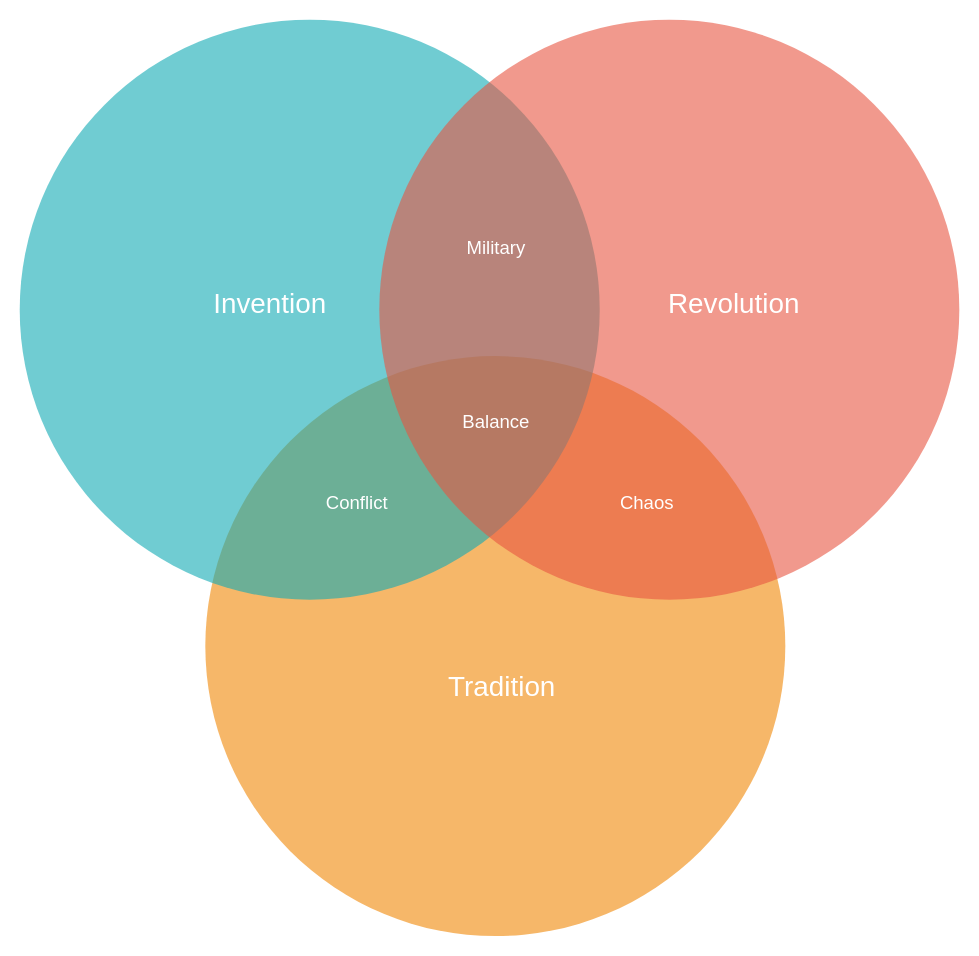
karlchan-cn/drawio-repository keeps this draw.io diagram as universal-engine/configration-entity.drawio. Above is the earlier version. Source tidied: cells renumbered, new cells numbered last; positions are measured from the earlier drawing's top-left corner, leaving out a move shared by most shapes. Both pictures are drawn from the tidied source at 116%, with x=0, y=0 at pixel (20, 19).
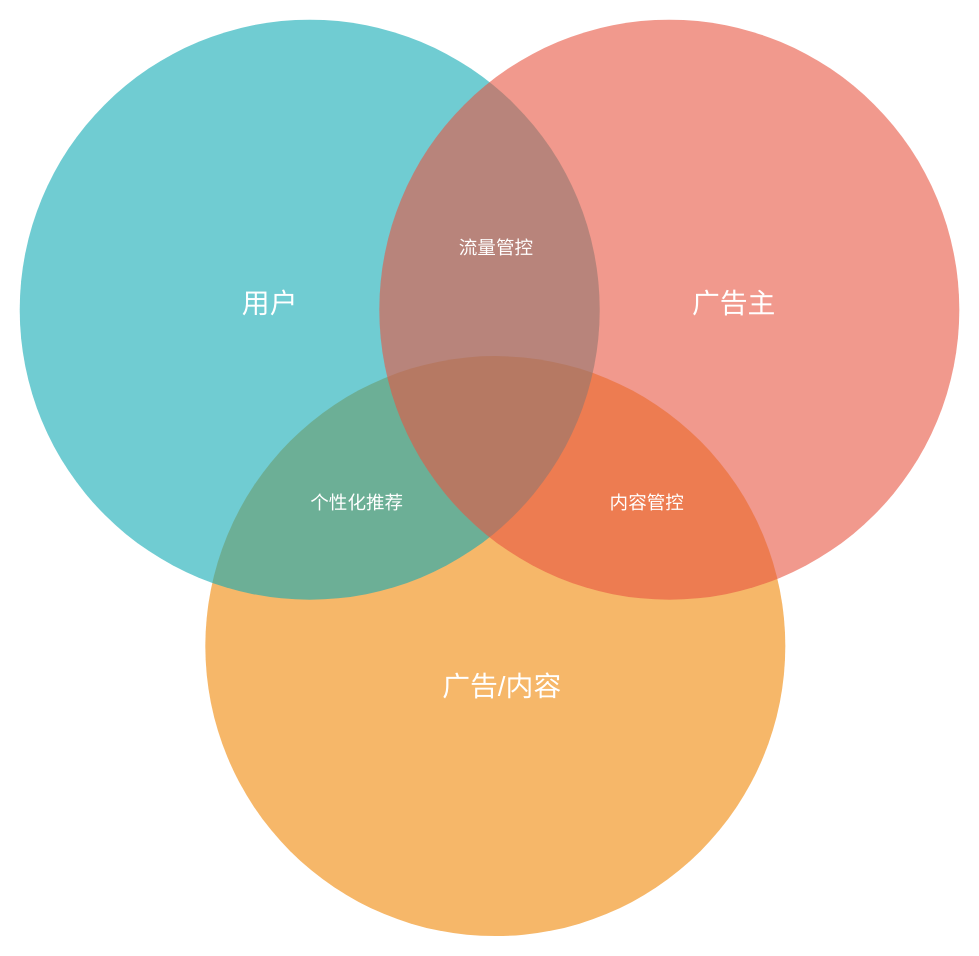
After the change.

What changed in the source:
```diff
@@
 <mxGraphModel>
   <root>
     <mxCell id="0" />
     <mxCell id="1" parent="0" />
     <mxCell id="2" style="ellipse;fillColor=#F08705;opacity=60;strokeColor=none;html=1;fontColor=#FFFFFF;" parent="1" vertex="1">
       <mxGeometry x="159.5" y="290.5" width="500" height="500" as="geometry" />
     </mxCell>
     <mxCell id="3" style="ellipse;fillColor=#12AAB5;opacity=60;strokeColor=none;html=1;fontColor=#FFFFFF;" parent="1" vertex="1">
       <mxGeometry x="-0.5" y="0.5" width="500" height="500" as="geometry" />
     </mxCell>
     <mxCell id="4" style="ellipse;fillColor=#e85642;opacity=60;strokeColor=none;html=1;fontColor=#FFFFFF;" parent="1" vertex="1">
       <mxGeometry x="309.5" y="0.5" width="500" height="500" as="geometry" />
     </mxCell>
-    <mxCell id="5" value="Invention" style="text;fontSize=24;align=center;verticalAlign=middle;html=1;fontColor=#FFFFFF;" parent="1" vertex="1">
+    <mxCell id="5" value="用户" style="text;fontSize=24;align=center;verticalAlign=middle;html=1;fontColor=#FFFFFF;" parent="1" vertex="1">
       <mxGeometry x="119.5" y="210.5" width="190" height="70" as="geometry" />
     </mxCell>
-    <mxCell id="6" value="Revolution" style="text;fontSize=24;align=center;verticalAlign=middle;html=1;fontColor=#FFFFFF;" parent="1" vertex="1">
+    <mxCell id="6" value="广告主" style="text;fontSize=24;align=center;verticalAlign=middle;html=1;fontColor=#FFFFFF;" parent="1" vertex="1">
       <mxGeometry x="519.5" y="210.5" width="190" height="70" as="geometry" />
     </mxCell>
-    <mxCell id="7" value="Tradition" style="text;fontSize=24;align=center;verticalAlign=middle;html=1;fontColor=#FFFFFF;" parent="1" vertex="1">
+    <mxCell id="7" value="广告/内容" style="text;fontSize=24;align=center;verticalAlign=middle;html=1;fontColor=#FFFFFF;" parent="1" vertex="1">
       <mxGeometry x="319.5" y="540.5" width="190" height="70" as="geometry" />
     </mxCell>
-    <mxCell id="8" value="Military" style="text;align=center;html=1;fontColor=#FFFFFF;fontSize=16;" parent="1" vertex="1">
+    <mxCell id="8" value="流量管控" style="text;align=center;html=1;fontColor=#FFFFFF;fontSize=16;" parent="1" vertex="1">
       <mxGeometry x="389.5" y="180.5" width="40" height="40" as="geometry" />
     </mxCell>
-    <mxCell id="9" value="Conflict" style="text;align=center;html=1;fontColor=#FFFFFF;fontSize=16;" parent="1" vertex="1">
+    <mxCell id="9" value="个性化推荐" style="text;align=center;html=1;fontColor=#FFFFFF;fontSize=16;" parent="1" vertex="1">
       <mxGeometry x="269.5" y="400.5" width="40" height="40" as="geometry" />
     </mxCell>
-    <mxCell id="10" value="Chaos" style="text;align=center;html=1;fontColor=#FFFFFF;fontSize=16;" parent="1" vertex="1">
+    <mxCell id="10" value="内容管控" style="text;align=center;html=1;fontColor=#FFFFFF;fontSize=16;" parent="1" vertex="1">
       <mxGeometry x="519.5" y="400.5" width="40" height="40" as="geometry" />
     </mxCell>
-    <mxCell id="11" value="Balance" style="text;align=center;html=1;fontColor=#FFFFFF;fontSize=16;" parent="1" vertex="1">
-      <mxGeometry x="389.5" y="330.5" width="40" height="40" as="geometry" />
-    </mxCell>
   </root>
 </mxGraphModel>
```
